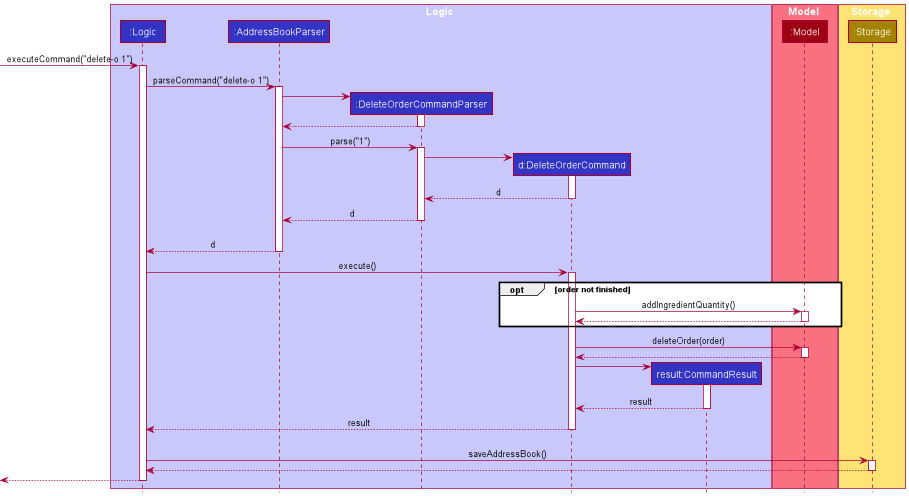
zognin/tp keeps this PlantUML diagram as docs/images/DeleteOrderSequenceDiagram.png. Above is the earlier version.
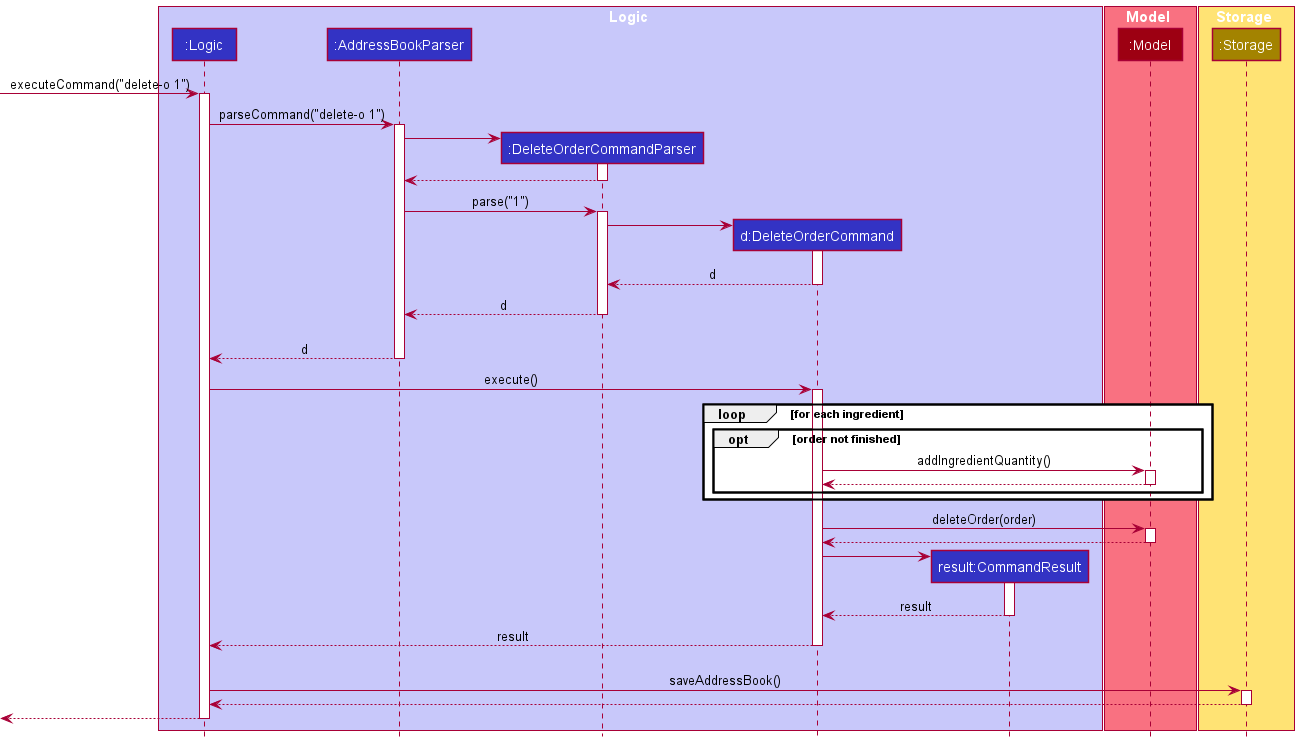
Later version of the same file.

The edit, as a diff of the source:
```diff
@@ -49,12 +49,14 @@
 Logic -> DeleteOrderCommand : execute()
 activate DeleteOrderCommand
 
-opt order not finished
-    DeleteOrderCommand -> Model : addIngredientQuantity()
-    activate Model
+loop for each ingredient
+    opt order not finished
+        DeleteOrderCommand -> Model : addIngredientQuantity()
+        activate Model
 
-    Model --> DeleteOrderCommand
-    deactivate Model
+        Model --> DeleteOrderCommand
+        deactivate Model
+    end
 end
 
 DeleteOrderCommand -> Model : deleteOrder(order)
```
